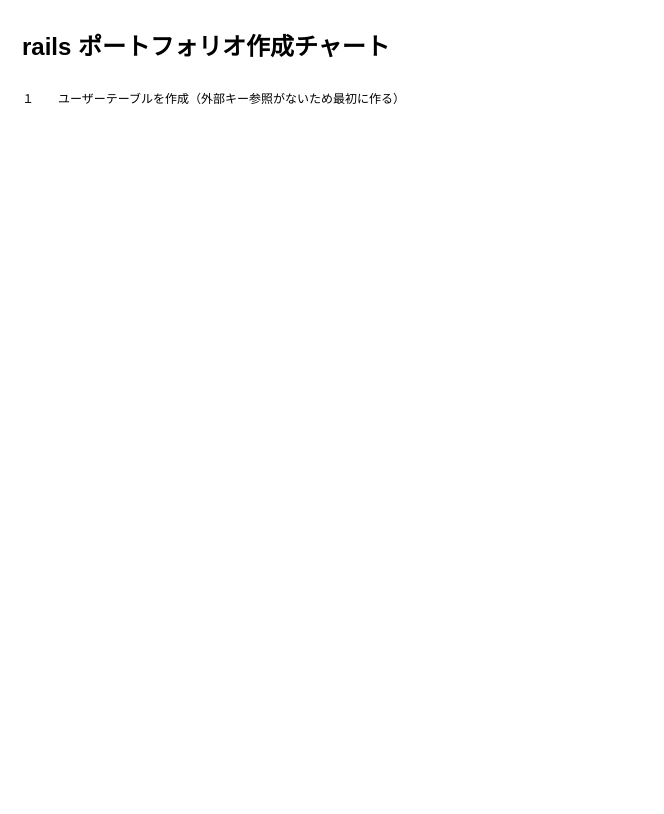
The draw.io diagram page "作成チャート" (5 of 5) of ER.dio in akarisuki/firedept, before the edit. Source tidied: cells renumbered, new cells numbered last; positions are measured from the earlier drawing's top-left corner, leaving out a move shared by most shapes. Both pictures are drawn from the tidied source at 100%, with x=0, y=0 at pixel (17, 27).
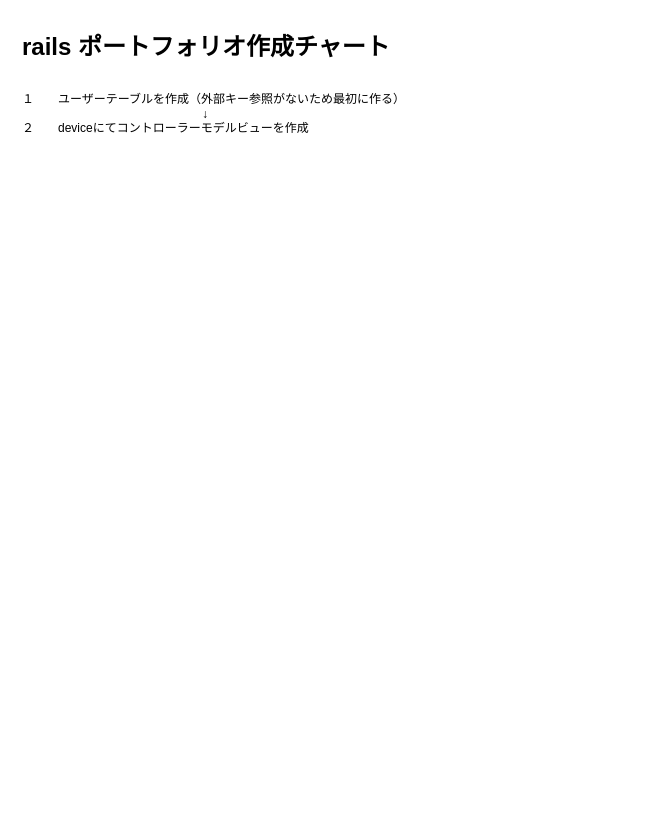
After the change.

What changed in the source:
```diff
@@
 <mxGraphModel>
   <root>
     <mxCell id="0" />
     <mxCell id="1" parent="0" />
-    <mxCell id="2" value="&lt;h1&gt;rails ポートフォリオ作成チャート&lt;/h1&gt;&lt;div&gt;&lt;br&gt;&lt;/div&gt;&lt;div&gt;１　　ユーザーテーブルを作成（外部キー参照がないため最初に作る）&lt;/div&gt;" style="text;html=1;strokeColor=none;fillColor=none;spacing=5;spacingTop=-20;whiteSpace=wrap;overflow=hidden;rounded=0;" parent="1" vertex="1">
+    <mxCell id="2" value="&lt;h1&gt;rails ポートフォリオ作成チャート&lt;/h1&gt;&lt;div&gt;&lt;br&gt;&lt;/div&gt;&lt;div&gt;１　　ユーザーテーブルを作成（外部キー参照がないため最初に作る）&lt;/div&gt;&lt;div&gt;&amp;nbsp; &amp;nbsp; &amp;nbsp; &amp;nbsp; &amp;nbsp; &amp;nbsp; &amp;nbsp; &amp;nbsp; &amp;nbsp; &amp;nbsp; &amp;nbsp; &amp;nbsp; &amp;nbsp; &amp;nbsp; &amp;nbsp; &amp;nbsp; &amp;nbsp; &amp;nbsp; &amp;nbsp; &amp;nbsp; &amp;nbsp; &amp;nbsp; &amp;nbsp; &amp;nbsp; &amp;nbsp; &amp;nbsp; &amp;nbsp; ↓&lt;/div&gt;&lt;div&gt;２　　deviceにてコントローラーモデルビューを作成&lt;/div&gt;" style="text;html=1;strokeColor=none;fillColor=none;spacing=5;spacingTop=-20;whiteSpace=wrap;overflow=hidden;rounded=0;" parent="1" vertex="1">
       <mxGeometry width="630" height="770" as="geometry" />
     </mxCell>
   </root>
 </mxGraphModel>
```
